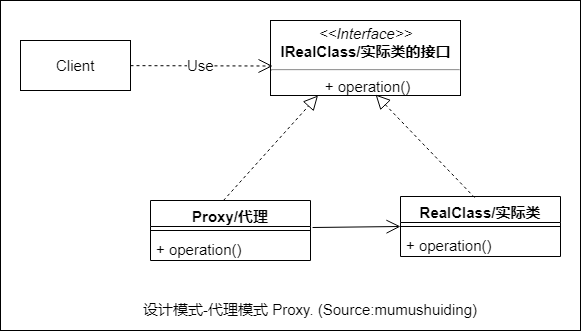
Earlier version of the draw.io export img/design-patterns-06-proxy.png (mumushuiding/golang-design-pattern). Source tidied: cells renumbered, new cells last; positions are measured from the earlier drawing's top-left corner, leaving out a move shared by most shapes.
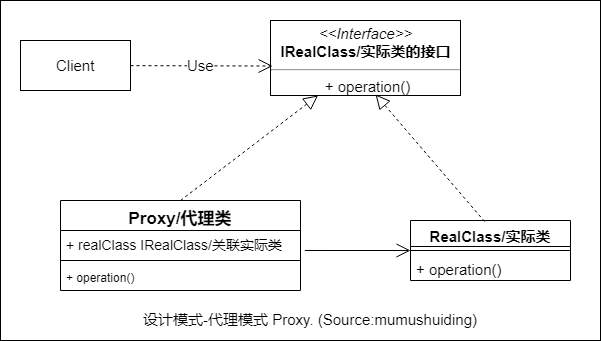
The same file after the commit.

Change to the diagram source:
```diff
@@ -3,7 +3,7 @@
     <mxCell id="0" />
     <mxCell id="1" parent="0" />
     <mxCell id="2" style="rounded=0;whiteSpace=wrap;html=1;fontSize=15;align=center;" parent="1" vertex="1">
-      <mxGeometry width="580" height="330" as="geometry" />
+      <mxGeometry width="600" height="340" as="geometry" />
     </mxCell>
     <mxCell id="3" value="Client" style="html=1;fontSize=15;align=center;" parent="1" vertex="1">
       <mxGeometry x="20" y="40" width="110" height="50" as="geometry" />
@@ -11,17 +11,8 @@
     <mxCell id="4" value="&lt;p style=&quot;margin: 4px 0px 0px ; font-size: 15px&quot;&gt;&lt;i style=&quot;font-size: 15px&quot;&gt;&amp;lt;&amp;lt;Interface&amp;gt;&amp;gt;&lt;/i&gt;&lt;br style=&quot;font-size: 15px&quot;&gt;&lt;b style=&quot;font-size: 15px&quot;&gt;IRealClass/实际类的接口&lt;/b&gt;&lt;/p&gt;&lt;hr style=&quot;font-size: 15px&quot;&gt;&lt;p style=&quot;margin: 0px 0px 0px 4px ; font-size: 15px&quot;&gt;+&amp;nbsp;operation()&lt;br style=&quot;font-size: 15px&quot;&gt;&lt;/p&gt;" style="verticalAlign=top;align=center;overflow=fill;fontSize=15;fontFamily=Helvetica;html=1;" parent="1" vertex="1">
       <mxGeometry x="270" y="20" width="190" height="75" as="geometry" />
     </mxCell>
-    <mxCell id="5" value="Proxy/代理" style="swimlane;fontStyle=1;align=center;verticalAlign=top;horizontal=1;startSize=26;fontSize=15;" parent="1" vertex="1">
-      <mxGeometry x="150" y="200" width="160" height="60" as="geometry" />
-    </mxCell>
-    <mxCell id="6" style="line;strokeWidth=1;fillColor=none;align=center;verticalAlign=middle;spacingTop=-1;spacingLeft=3;spacingRight=3;labelPosition=right;points=[];portConstraint=eastwest;fontSize=15;" parent="5" vertex="1">
-      <mxGeometry y="26" width="160" height="8" as="geometry" />
-    </mxCell>
-    <mxCell id="7" value="+ operation()" style="text;strokeColor=none;fillColor=none;align=left;verticalAlign=top;spacingLeft=4;spacingRight=4;overflow=hidden;fontSize=15;" parent="5" vertex="1">
-      <mxGeometry y="34" width="160" height="26" as="geometry" />
-    </mxCell>
     <mxCell id="8" value="RealClass/实际类" style="swimlane;fontStyle=1;align=center;verticalAlign=top;horizontal=1;startSize=26;fontSize=15;" parent="1" vertex="1">
-      <mxGeometry x="400" y="196" width="160" height="60" as="geometry" />
+      <mxGeometry x="410" y="220" width="160" height="60" as="geometry" />
     </mxCell>
     <mxCell id="9" style="line;strokeWidth=1;fillColor=none;align=center;verticalAlign=middle;spacingTop=-1;spacingLeft=3;spacingRight=3;labelPosition=right;fontSize=15;" parent="8" vertex="1">
       <mxGeometry y="26" width="160" height="8" as="geometry" />
@@ -32,17 +23,29 @@
     <mxCell id="11" value="Use" style="endArrow=open;endSize=12;dashed=1;html=1;entryX=0.011;entryY=0.607;entryDx=0;entryDy=0;entryPerimeter=0;fontSize=15;align=center;" parent="1" edge="1" source="3" target="4">
       <mxGeometry relative="1" as="geometry" />
     </mxCell>
-    <mxCell id="12" style="endArrow=block;dashed=1;endFill=0;endSize=12;html=1;entryX=0.25;entryY=1;entryDx=0;entryDy=0;exitX=0.456;exitY=0;exitDx=0;exitDy=0;exitPerimeter=0;fontSize=15;align=center;" parent="1" edge="1" source="5" target="4">
+    <mxCell id="12" style="endArrow=block;dashed=1;endFill=0;endSize=12;html=1;entryX=0.25;entryY=1;entryDx=0;entryDy=0;exitX=0.5;exitY=0;exitDx=0;exitDy=0;fontSize=15;align=center;" parent="1" edge="1" source="16" target="4">
       <mxGeometry relative="1" as="geometry" />
     </mxCell>
     <mxCell id="13" style="endArrow=block;dashed=1;endFill=0;endSize=12;html=1;exitX=0.463;exitY=0.017;exitDx=0;exitDy=0;exitPerimeter=0;entryX=0.553;entryY=0.987;entryDx=0;entryDy=0;entryPerimeter=0;fontSize=15;align=center;" parent="1" edge="1" source="8" target="4">
       <mxGeometry relative="1" as="geometry" />
     </mxCell>
-    <mxCell id="14" style="endArrow=open;endFill=1;endSize=12;html=1;entryX=0;entryY=0.5;entryDx=0;entryDy=0;exitX=1.013;exitY=0.125;exitDx=0;exitDy=0;exitPerimeter=0;fontSize=15;align=center;" parent="1" edge="1" source="6" target="8">
+    <mxCell id="14" style="endArrow=open;endFill=1;endSize=12;html=1;entryX=0;entryY=0.5;entryDx=0;entryDy=0;exitX=1.018;exitY=0.769;exitDx=0;exitDy=0;fontSize=15;align=center;exitPerimeter=0;" parent="1" edge="1" source="17" target="8">
       <mxGeometry relative="1" as="geometry" />
     </mxCell>
     <mxCell id="15" value="设计模式-代理模式 Proxy. (Source:mumushuiding)" style="text;html=1;align=center;verticalAlign=top;spacingTop=-4;fontSize=15;" parent="1" vertex="1">
-      <mxGeometry x="170" y="298" width="280" height="20" as="geometry" />
+      <mxGeometry x="170" y="308" width="280" height="20" as="geometry" />
     </mxCell>
+    <mxCell id="16" value="Proxy/代理类" style="swimlane;fontStyle=1;align=center;verticalAlign=top;horizontal=1;startSize=30;fontSize=17;" parent="1" vertex="1">
+      <mxGeometry x="60" y="200" width="240" height="90" as="geometry" />
+    </mxCell>
+    <mxCell id="17" value="+ realClass IRealClass/关联实际类" style="text;strokeColor=none;fillColor=none;align=left;verticalAlign=top;spacingLeft=4;spacingRight=4;overflow=hidden;points=[[0,0.5],[1,0.5]];portConstraint=eastwest;fontSize=14;" parent="16" vertex="1">
+      <mxGeometry y="30" width="240" height="26" as="geometry" />
+    </mxCell>
+    <mxCell id="18" style="line;strokeWidth=1;fillColor=none;align=left;verticalAlign=middle;spacingTop=-1;spacingLeft=3;spacingRight=3;labelPosition=right;" parent="16" vertex="1">
+      <mxGeometry y="56" width="240" height="8" as="geometry" />
+    </mxCell>
+    <mxCell id="7" value="+ operation()" style="text;strokeColor=none;fillColor=none;align=left;verticalAlign=top;spacingLeft=4;spacingRight=4;overflow=hidden;" parent="16" vertex="1">
+      <mxGeometry y="64" width="240" height="26" as="geometry" />
+    </mxCell>
   </root>
 </mxGraphModel>
```
